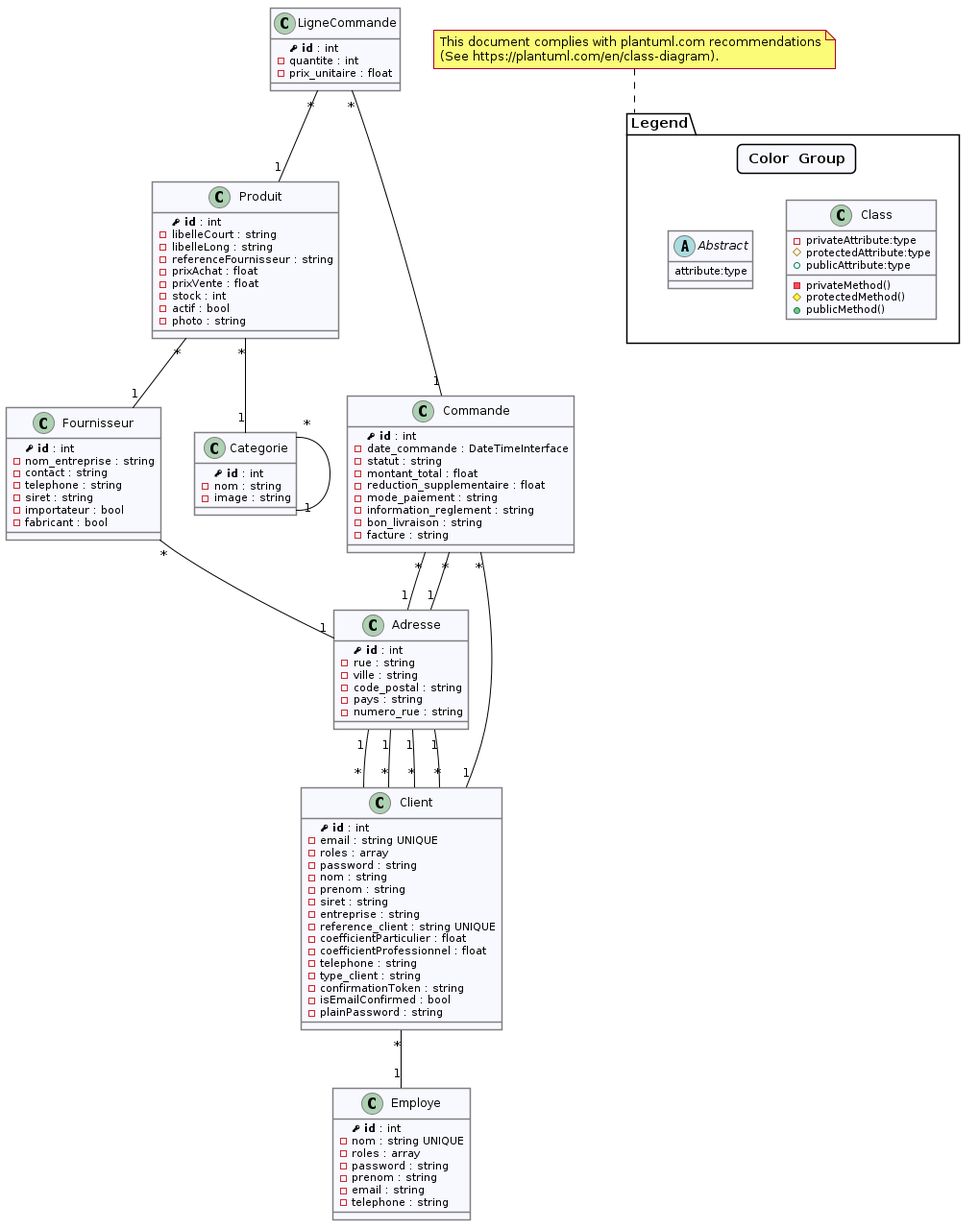
Before: classes.png, a diagram exported from PlantUML (clemence95/villagegreen). Its diagram source:
```plantuml
@startuml


skinparam backgroundcolor White
skinparam class {
  BackgroundColor GhostWhite
  ArrowColor Black
  BorderColor Gray
}
skinparam shadowing false
skinparam legend {
  backgroundColor #GhostWhite
  entrySeparator #GhostWhite
}

class Produit {
  <b><&key> id</b> : int
  -libelleCourt : string
  -libelleLong : string
  -referenceFournisseur : string
  -prixAchat : float
  -prixVente : float
  -stock : int
  -actif : bool
  -photo : string
}

class Employe {
  <b><&key> id</b> : int
  -nom : string UNIQUE
  -roles : array
  -password : string
  -prenom : string
  -email : string
  -telephone : string
}

class Fournisseur {
  <b><&key> id</b> : int
  -nom_entreprise : string
  -contact : string
  -telephone : string
  -siret : string
  -importateur : bool
  -fabricant : bool
}

class Adresse {
  <b><&key> id</b> : int
  -rue : string
  -ville : string
  -code_postal : string
  -pays : string
  -numero_rue : string
}

class Categorie {
  <b><&key> id</b> : int
  -nom : string
  -image : string
}

class Client {
  <b><&key> id</b> : int
  -email : string UNIQUE
  -roles : array
  -password : string
  -nom : string
  -prenom : string
  -siret : string
  -entreprise : string
  -reference_client : string UNIQUE
  -coefficientParticulier : float
  -coefficientProfessionnel : float
  -telephone : string
  -type_client : string
  -confirmationToken : string
  -isEmailConfirmed : bool
  -plainPassword : string
}

class LigneCommande {
  <b><&key> id</b> : int
  -quantite : int
  -prix_unitaire : float
}

class Commande {
  <b><&key> id</b> : int
  -date_commande : DateTimeInterface
  -statut : string
  -montant_total : float
  -reduction_supplementaire : float
  -mode_paiement : string
  -information_reglement : string
  -bon_livraison : string
  -facture : string
}

Produit "*" -- "1" Categorie
Produit "*" -- "1" Fournisseur
Fournisseur "*" -- "1" Adresse
Adresse "1" -- "*" Client
Adresse "1" -- "*" Client
Categorie "*" -- "1" Categorie
Client "*" -- "1" Adresse
Client "*" -- "1" Adresse
Client "*" -- "1" Employe
LigneCommande "*" -- "1" Commande
LigneCommande "*" -- "1" Produit
Commande "*" -- "1" Adresse
Commande "*" -- "1" Adresse
Commande "*" -- "1" Client

package Legend {
  legend
    <#GhostWhite,#GhostWhite>|= Color |= Group |
  end legend
  class Class {
    -privateAttribute:type
    #protectedAttribute:type
    +publicAttribute:type
    -privateMethod()
    #protectedMethod()
    +publicMethod()
  }

  abstract Abstract {
    attribute:type
  }
}

note top of Legend
  This document complies with plantuml.com recommendations
  (See https://plantuml.com/en/class-diagram).
end note

@enduml
```
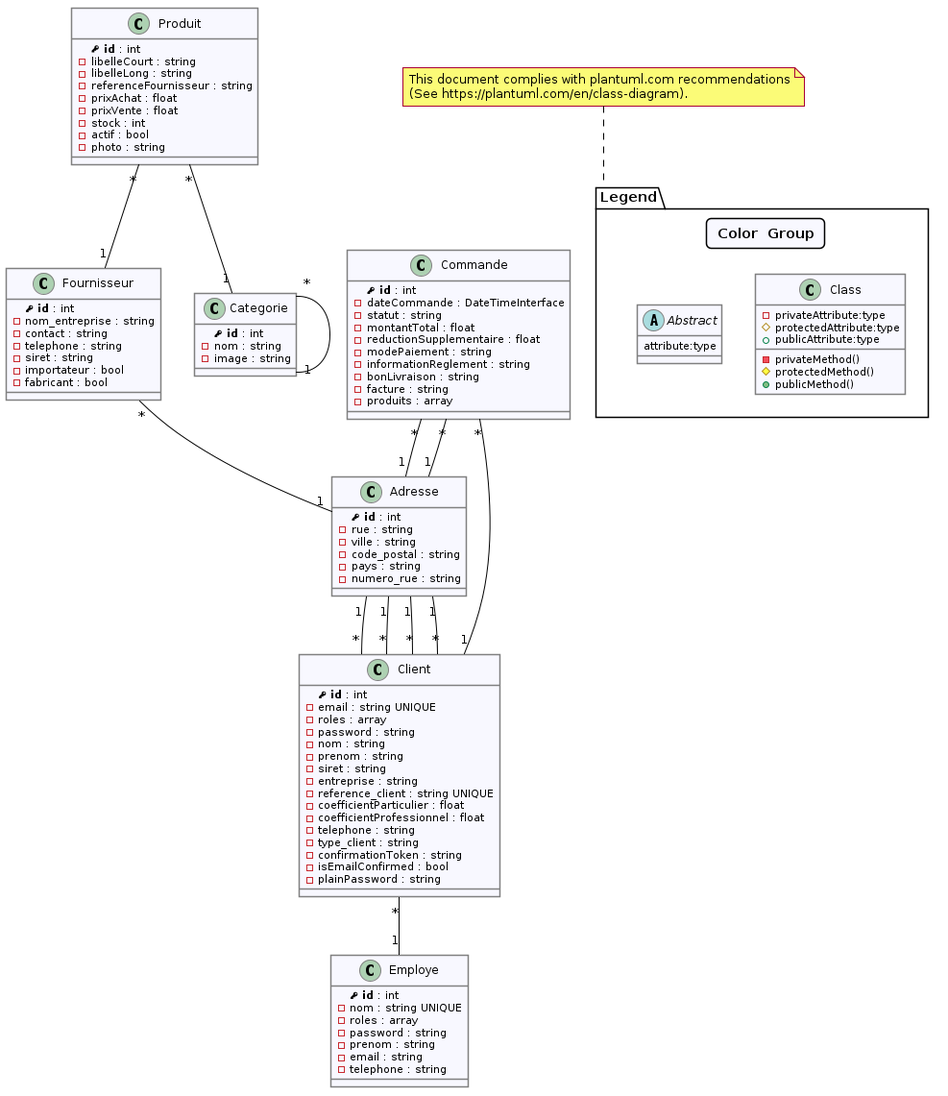
The same file after the commit.

What changed in the source:
```diff
@@ -79,22 +79,17 @@
   -plainPassword : string
 }
 
-class LigneCommande {
-  <b><&key> id</b> : int
-  -quantite : int
-  -prix_unitaire : float
-}
-
 class Commande {
   <b><&key> id</b> : int
-  -date_commande : DateTimeInterface
+  -dateCommande : DateTimeInterface
   -statut : string
-  -montant_total : float
-  -reduction_supplementaire : float
-  -mode_paiement : string
-  -information_reglement : string
-  -bon_livraison : string
+  -montantTotal : float
+  -reductionSupplementaire : float
+  -modePaiement : string
+  -informationReglement : string
+  -bonLivraison : string
   -facture : string
+  -produits : array
 }
 
 Produit "*" -- "1" Categorie
@@ -106,8 +101,6 @@
 Client "*" -- "1" Adresse
 Client "*" -- "1" Adresse
 Client "*" -- "1" Employe
-LigneCommande "*" -- "1" Commande
-LigneCommande "*" -- "1" Produit
 Commande "*" -- "1" Adresse
 Commande "*" -- "1" Adresse
 Commande "*" -- "1" Client
```
